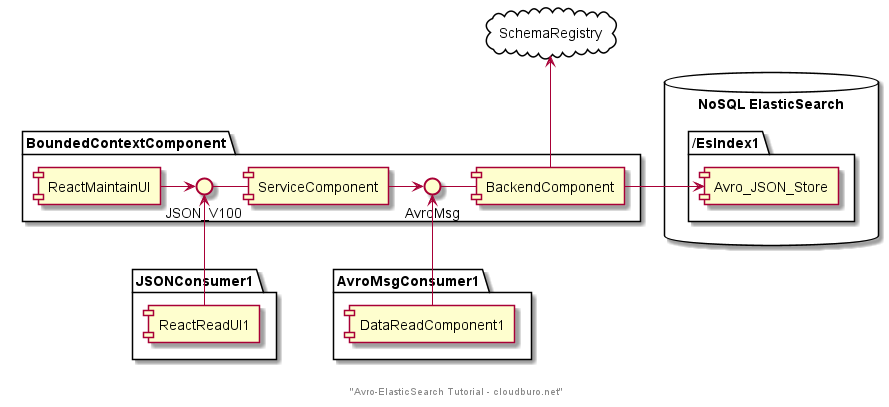
This is plantUML/images/versioningSample_3.png from talfco/tutorial-apache-avro, a PlantUML export, as it was before one commit. Its diagram source:
```plantuml
@startuml

footer "Avro-ElasticSearch Tutorial - cloudburo.net"

database "NoSQL ElasticSearch" {
    folder /EsIndex1  {
    [Avro_JSON_Store]
    }
}

cloud "SchemaRegistry" {
}

package "BoundedContextComponent" {
JSON_V100 - [ServiceComponent]
[ReactMaintainUI] -> JSON_V100
AvroMsg - [BackendComponent]
[ServiceComponent] -> AvroMsg
[BackendComponent] -> Avro_JSON_Store
[BackendComponent] -up-> SchemaRegistry
}

package "JSONConsumer1" {
    [ReactReadUI1] -up-> JSON_V100
}

package "AvroMsgConsumer1" {
    [DataReadComponent1] -up-> AvroMsg
}

@enduml
```
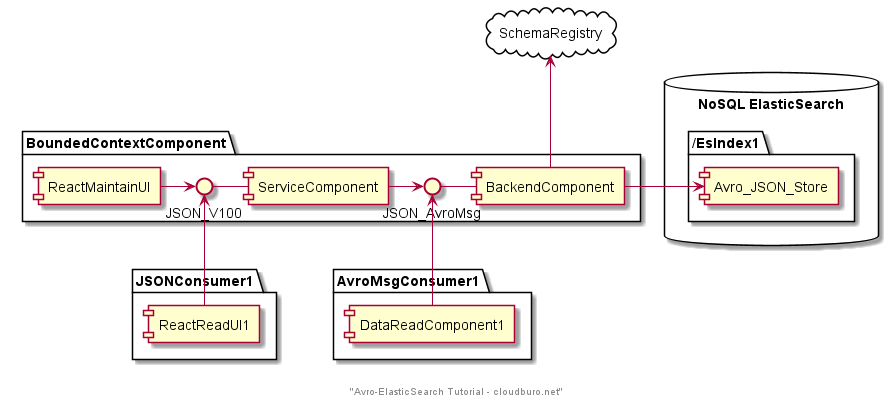
The same file after the commit.

What changed in the source:
```diff
@@ -14,8 +14,8 @@
 package "BoundedContextComponent" {
 JSON_V100 - [ServiceComponent]
 [ReactMaintainUI] -> JSON_V100
-AvroMsg - [BackendComponent]
-[ServiceComponent] -> AvroMsg
+JSON_AvroMsg - [BackendComponent]
+[ServiceComponent] -> JSON_AvroMsg
 [BackendComponent] -> Avro_JSON_Store
 [BackendComponent] -up-> SchemaRegistry
 }
@@ -25,7 +25,7 @@
 }
 
 package "AvroMsgConsumer1" {
-    [DataReadComponent1] -up-> AvroMsg
+    [DataReadComponent1] -up-> JSON_AvroMsg
 }
 
 @enduml
```
